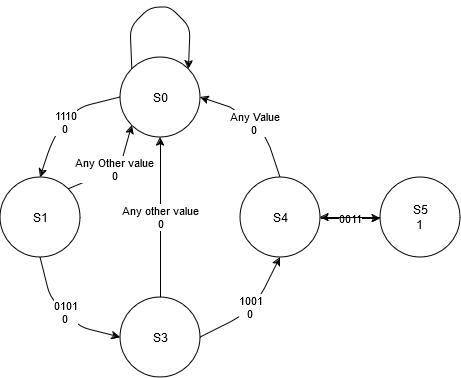
Before: Circuit 7/Circuit 7/Circuit_7_Diagram.drawio.png, a diagram exported from draw.io (WinstonRoller/Portfolio). Source tidied: cells renumbered, new cells last; positions are measured from the earlier drawing's top-left corner, leaving out a move shared by most shapes.
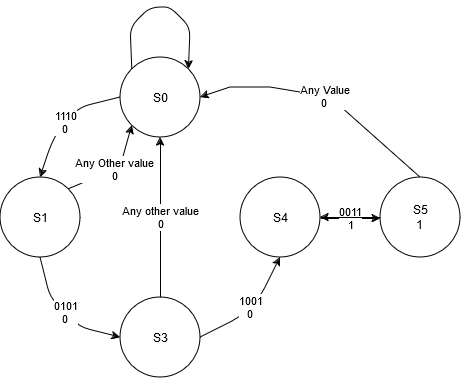
After the commit.

The edit, as a diff of the source:
```diff
@@ -14,7 +14,7 @@
     <mxCell id="5" value="&lt;div&gt;S3&lt;/div&gt;" style="ellipse;whiteSpace=wrap;html=1;" parent="1" vertex="1">
       <mxGeometry x="120" y="290" width="80" height="80" as="geometry" />
     </mxCell>
-    <mxCell id="6" value="&lt;div&gt;0011&lt;/div&gt;" style="edgeStyle=orthogonalEdgeStyle;rounded=0;orthogonalLoop=1;jettySize=auto;html=1;exitX=1;exitY=0.5;exitDx=0;exitDy=0;entryX=0;entryY=0.5;entryDx=0;entryDy=0;" parent="1" edge="1">
+    <mxCell id="6" value="&lt;div&gt;0011&lt;/div&gt;&lt;div&gt;1&lt;/div&gt;" style="edgeStyle=orthogonalEdgeStyle;rounded=0;orthogonalLoop=1;jettySize=auto;html=1;exitX=1;exitY=0.5;exitDx=0;exitDy=0;entryX=0;entryY=0.5;entryDx=0;entryDy=0;" parent="1" edge="1">
       <mxGeometry relative="1" as="geometry">
         <mxPoint x="320" y="211" as="sourcePoint" />
         <mxPoint x="380" y="211" as="targetPoint" />
@@ -71,12 +71,12 @@
     <mxCell id="14" value="&lt;div&gt;S5&lt;/div&gt;&lt;div&gt;1&lt;br&gt;&lt;/div&gt;" style="ellipse;whiteSpace=wrap;html=1;" parent="1" vertex="1">
       <mxGeometry x="380" y="170" width="80" height="80" as="geometry" />
     </mxCell>
-    <mxCell id="15" value="&lt;div&gt;Any Value&lt;/div&gt;&lt;div&gt;0&lt;br&gt;&lt;/div&gt;" style="endArrow=classic;html=1;rounded=0;entryX=1;entryY=0.5;entryDx=0;entryDy=0;exitX=0.5;exitY=0;exitDx=0;exitDy=0;" parent="1" edge="1" source="7" target="2">
+    <mxCell id="15" value="&lt;div&gt;Any Value&lt;/div&gt;&lt;div&gt;0&lt;br&gt;&lt;/div&gt;" style="endArrow=classic;html=1;rounded=0;entryX=1;entryY=0.5;entryDx=0;entryDy=0;exitX=0.5;exitY=0;exitDx=0;exitDy=0;" parent="1" edge="1" source="14" target="2">
       <mxGeometry relative="1" as="geometry">
         <Array as="points">
-          <mxPoint x="270" y="140" />
-          <mxPoint x="260" y="120" />
-          <mxPoint x="230" y="100" />
+          <mxPoint x="330" y="90" />
+          <mxPoint x="270" y="80" />
+          <mxPoint x="230" y="80" />
         </Array>
       </mxGeometry>
     </mxCell>
```
